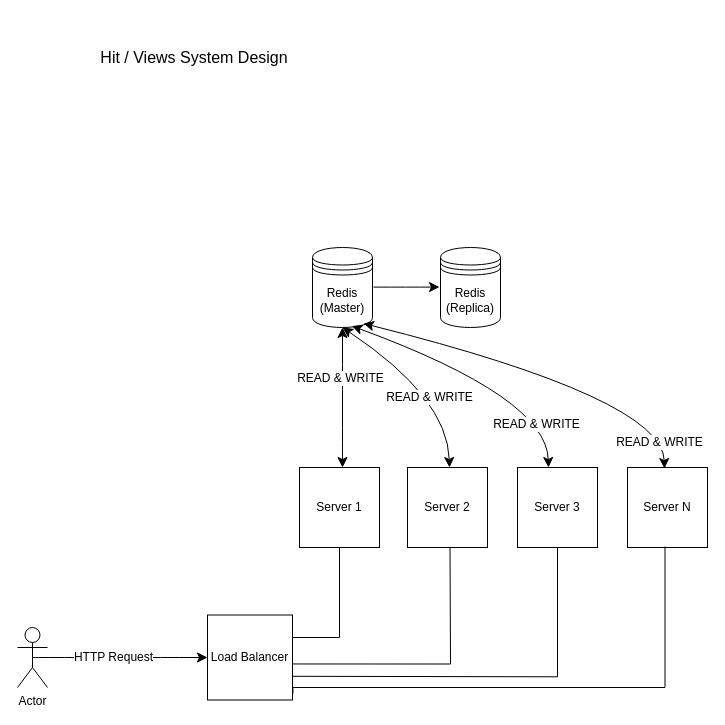
Earlier version of the draw.io diagram draw.io/Untitled Diagram.drawio (Adedoyin-Emmanuel/system-design-journey). Source tidied: cells renumbered, new cells numbered last; positions are measured from the earlier drawing's top-left corner, leaving out a move shared by most shapes. Both pictures are drawn from the tidied source at 100%, with x=0, y=0 at pixel (17, 17).
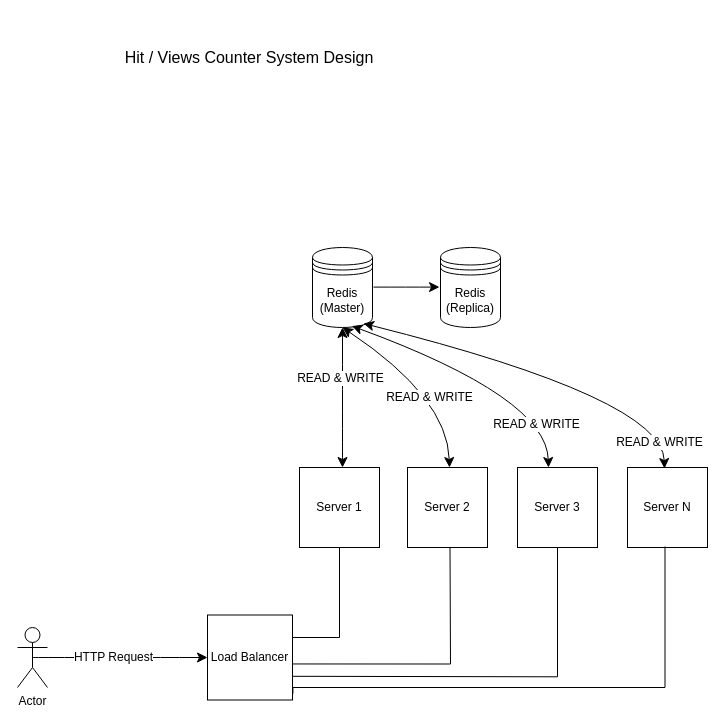
The same diagram, later.

What changed in the source:
```diff
@@
-    <mxCell id="25" value="Hit / Views System Design" style="text;strokeColor=none;fillColor=none;html=1;align=center;verticalAlign=middle;whiteSpace=wrap;rounded=0;fontSize=16;" parent="1" vertex="1">
-      <mxGeometry x="54" width="246" height="80" as="geometry" />
+    <mxCell id="25" value="Hit / Views Counter System Design" style="text;strokeColor=none;fillColor=none;html=1;align=center;verticalAlign=middle;whiteSpace=wrap;rounded=0;fontSize=16;" parent="1" vertex="1">
+      <mxGeometry x="54" width="356" height="80" as="geometry" />
     </mxCell>
```
